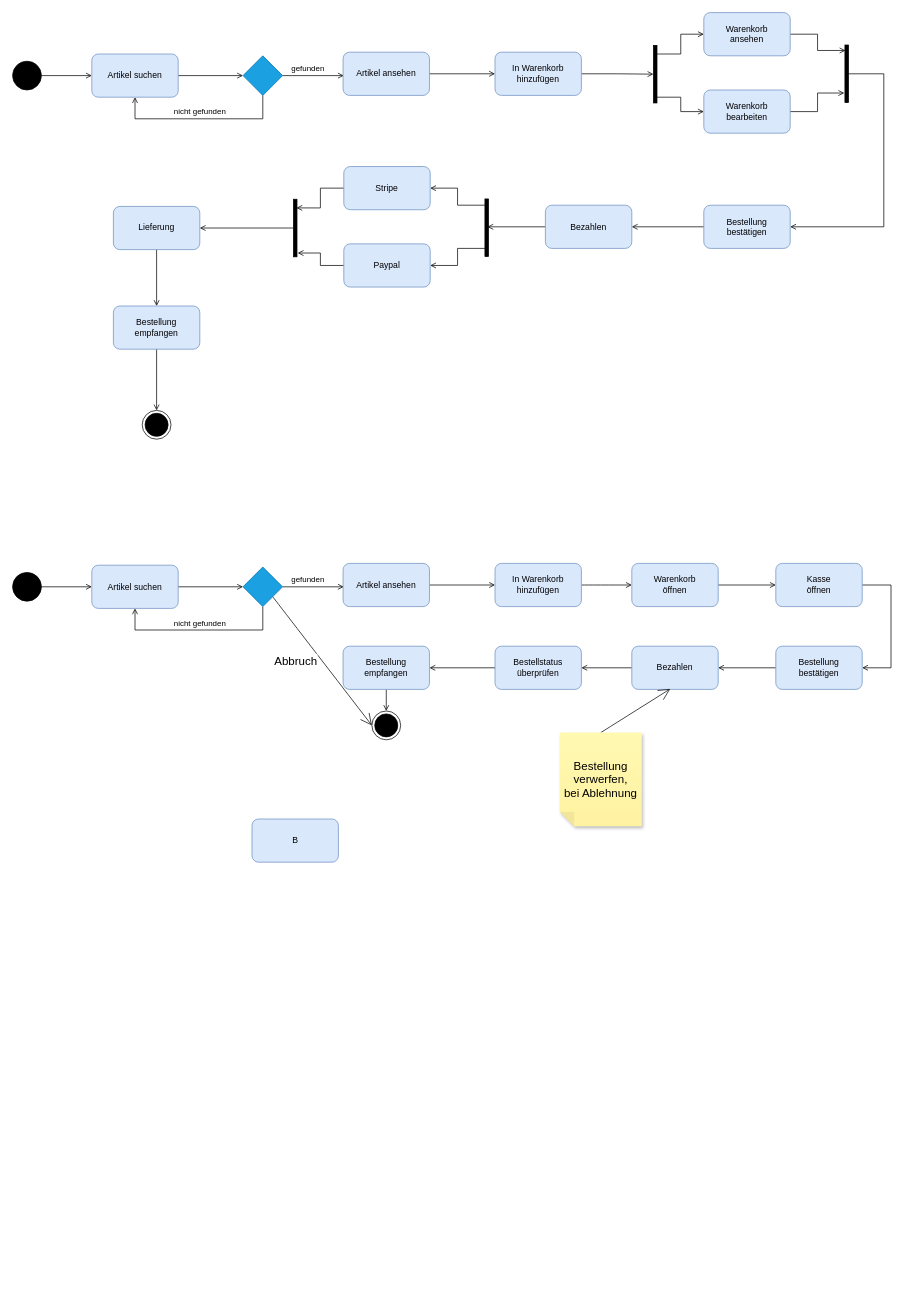
The draw.io diagram Aktivitaetsdiagramm.drawio in therealfilko/uml, before the edit. Source tidied: cells renumbered, new cells numbered last; positions are measured from the earlier drawing's top-left corner, leaving out a move shared by most shapes. Both pictures are drawn from the tidied source at 72%, with x=0, y=0 at pixel (12, 12).
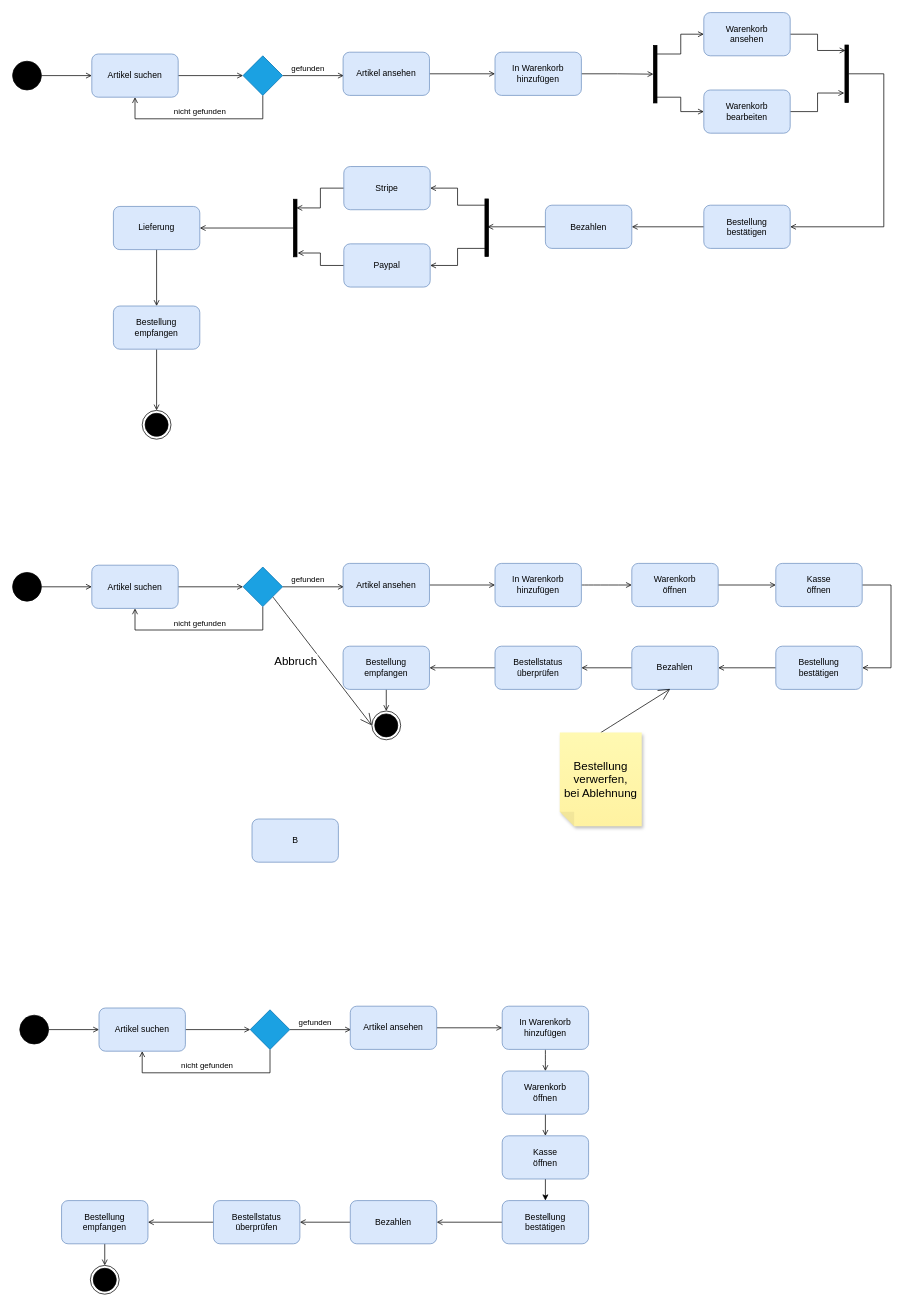
The same diagram, later.

Change to the diagram source:
```diff
@@
+    <mxCell id="71" style="edgeStyle=orthogonalEdgeStyle;rounded=0;jettySize=auto;html=1;entryX=0;entryY=0.5;entryDx=0;entryDy=0;endArrow=open;endFill=0;" parent="1" edge="1" source="72" target="74">
+      <mxGeometry relative="1" as="geometry" />
+    </mxCell>
+    <mxCell id="72" style="ellipse;fillColor=strokeColor;" parent="1" vertex="1">
+      <mxGeometry x="10" y="1392.5" width="40" height="40" as="geometry" />
+    </mxCell>
+    <mxCell id="73" style="edgeStyle=orthogonalEdgeStyle;rounded=0;jettySize=auto;html=1;entryX=0;entryY=0.5;entryDx=0;entryDy=0;endArrow=open;endFill=0;" parent="1" edge="1" source="74" target="78">
+      <mxGeometry relative="1" as="geometry" />
+    </mxCell>
+    <mxCell id="74" value="Artikel suchen" style="rounded=1;whiteSpace=wrap;html=1;fillColor=#dae8fc;strokeColor=#6c8ebf;" parent="1" vertex="1">
+      <mxGeometry x="120" y="1382.5" width="120" height="60" as="geometry" />
+    </mxCell>
+    <mxCell id="75" value="nicht gefunden" style="edgeStyle=orthogonalEdgeStyle;rounded=0;jettySize=auto;html=1;entryX=0.5;entryY=1;entryDx=0;entryDy=0;endArrow=open;endFill=0;" parent="1" edge="1" source="78" target="74">
+      <mxGeometry y="-10" relative="1" as="geometry">
+        <Array as="points">
+          <mxPoint x="358" y="1472.5" />
+          <mxPoint x="180" y="1472.5" />
+        </Array>
+      </mxGeometry>
+    </mxCell>
+    <mxCell id="76" style="edgeStyle=orthogonalEdgeStyle;rounded=0;jettySize=auto;html=1;entryX=0.008;entryY=0.542;entryDx=0;entryDy=0;entryPerimeter=0;endArrow=open;endFill=0;" parent="1" edge="1" source="78" target="80">
+      <mxGeometry relative="1" as="geometry" />
+    </mxCell>
+    <mxCell id="77" value="gefunden" style="edgeLabel;html=1;align=center;verticalAlign=middle;" parent="76" vertex="1">
+      <mxGeometry x="-0.37" y="-1" relative="1" as="geometry">
+        <mxPoint x="8" y="-11" as="offset" />
+      </mxGeometry>
+    </mxCell>
+    <mxCell id="78" style="rhombus;whiteSpace=wrap;html=1;fillColor=#1ba1e2;fontColor=#ffffff;strokeColor=#006EAF;" parent="1" vertex="1">
+      <mxGeometry x="330" y="1385" width="55" height="55" as="geometry" />
+    </mxCell>
+    <mxCell id="79" style="edgeStyle=orthogonalEdgeStyle;rounded=0;jettySize=auto;html=1;entryX=0;entryY=0.5;entryDx=0;entryDy=0;endArrow=open;endFill=0;" parent="1" edge="1" source="80" target="82">
+      <mxGeometry relative="1" as="geometry" />
+    </mxCell>
+    <mxCell id="80" value="Artikel ansehen" style="rounded=1;whiteSpace=wrap;html=1;fillColor=#dae8fc;strokeColor=#6c8ebf;" parent="1" vertex="1">
+      <mxGeometry x="469" y="1380" width="120" height="60" as="geometry" />
+    </mxCell>
+    <mxCell id="81" style="edgeStyle=none;curved=1;rounded=0;jettySize=auto;html=1;fontSize=12;endArrow=open;startSize=6;endSize=6;sourcePerimeterSpacing=8;targetPerimeterSpacing=8;entryX=0.5;entryY=0;entryDx=0;entryDy=0;exitX=0.5;exitY=1;exitDx=0;exitDy=0;endFill=0;" parent="1" edge="1" source="82" target="84">
+      <mxGeometry relative="1" as="geometry" />
+    </mxCell>
+    <mxCell id="82" value="In Warenkorb&lt;br&gt;hinzufügen" style="rounded=1;whiteSpace=wrap;html=1;fillColor=#dae8fc;strokeColor=#6c8ebf;" parent="1" vertex="1">
+      <mxGeometry x="680" y="1380" width="120" height="60" as="geometry" />
+    </mxCell>
+    <mxCell id="83" style="edgeStyle=orthogonalEdgeStyle;rounded=0;jettySize=auto;html=1;exitX=0.5;exitY=1;exitDx=0;exitDy=0;entryX=0.5;entryY=0;entryDx=0;entryDy=0;endArrow=open;endFill=0;startSize=6;endSize=6;" parent="1" edge="1" source="84" target="95">
+      <mxGeometry relative="1" as="geometry" />
+    </mxCell>
+    <mxCell id="84" value="Warenkorb&lt;br&gt;öffnen" style="rounded=1;whiteSpace=wrap;html=1;fillColor=#dae8fc;strokeColor=#6c8ebf;" parent="1" vertex="1">
+      <mxGeometry x="680" y="1470" width="120" height="60" as="geometry" />
+    </mxCell>
+    <mxCell id="85" style="edgeStyle=orthogonalEdgeStyle;rounded=0;jettySize=auto;html=1;entryX=1;entryY=0.5;entryDx=0;entryDy=0;endArrow=open;endFill=0;" parent="1" edge="1" source="86" target="88">
+      <mxGeometry relative="1" as="geometry" />
+    </mxCell>
+    <mxCell id="86" value="Bestellung&lt;br&gt;bestätigen" style="rounded=1;whiteSpace=wrap;html=1;fillColor=#dae8fc;strokeColor=#6c8ebf;" parent="1" vertex="1">
+      <mxGeometry x="680" y="1650" width="120" height="60" as="geometry" />
+    </mxCell>
+    <mxCell id="87" style="edgeStyle=orthogonalEdgeStyle;rounded=0;jettySize=auto;html=1;exitX=0;exitY=0.5;exitDx=0;exitDy=0;endArrow=open;endFill=0;startSize=6;endSize=6;" parent="1" edge="1" source="88" target="90">
+      <mxGeometry relative="1" as="geometry" />
+    </mxCell>
+    <mxCell id="88" value="Bezahlen" style="rounded=1;whiteSpace=wrap;html=1;fillColor=#dae8fc;strokeColor=#6c8ebf;" parent="1" vertex="1">
+      <mxGeometry x="469" y="1650" width="120" height="60" as="geometry" />
+    </mxCell>
+    <mxCell id="89" style="edgeStyle=orthogonalEdgeStyle;rounded=0;jettySize=auto;html=1;exitX=0;exitY=0.5;exitDx=0;exitDy=0;entryX=1;entryY=0.5;entryDx=0;entryDy=0;endArrow=open;endFill=0;startSize=6;endSize=6;" parent="1" edge="1" source="90" target="92">
+      <mxGeometry relative="1" as="geometry" />
+    </mxCell>
+    <mxCell id="90" value="Bestellstatus&lt;br&gt;überprüfen" style="rounded=1;whiteSpace=wrap;html=1;fillColor=#dae8fc;strokeColor=#6c8ebf;" parent="1" vertex="1">
+      <mxGeometry x="279" y="1650" width="120" height="60" as="geometry" />
+    </mxCell>
+    <mxCell id="91" style="edgeStyle=orthogonalEdgeStyle;rounded=0;jettySize=auto;html=1;exitX=0.5;exitY=1;exitDx=0;exitDy=0;entryX=0.5;entryY=0;entryDx=0;entryDy=0;endArrow=open;endFill=0;startSize=6;endSize=6;" parent="1" edge="1" source="92" target="93">
+      <mxGeometry relative="1" as="geometry" />
+    </mxCell>
+    <mxCell id="92" value="Bestellung&lt;br&gt;empfangen" style="rounded=1;whiteSpace=wrap;html=1;fillColor=#dae8fc;strokeColor=#6c8ebf;" parent="1" vertex="1">
+      <mxGeometry x="68" y="1650" width="120" height="60" as="geometry" />
+    </mxCell>
+    <mxCell id="93" style="ellipse;html=1;shape=endState;fillColor=strokeColor;" parent="1" vertex="1">
+      <mxGeometry x="108" y="1740" width="40" height="40" as="geometry" />
+    </mxCell>
+    <mxCell id="94" style="edgeStyle=orthogonalEdgeStyle;rounded=0;jettySize=auto;html=1;exitX=0.5;exitY=1;exitDx=0;exitDy=0;entryX=0.5;entryY=0;entryDx=0;entryDy=0;" parent="1" edge="1" source="95" target="86">
+      <mxGeometry relative="1" as="geometry" />
+    </mxCell>
+    <mxCell id="95" value="Kasse&lt;br&gt;öffnen" style="rounded=1;whiteSpace=wrap;html=1;fillColor=#dae8fc;strokeColor=#6c8ebf;" parent="1" vertex="1">
+      <mxGeometry x="680" y="1560" width="120" height="60" as="geometry" />
+    </mxCell>
```
